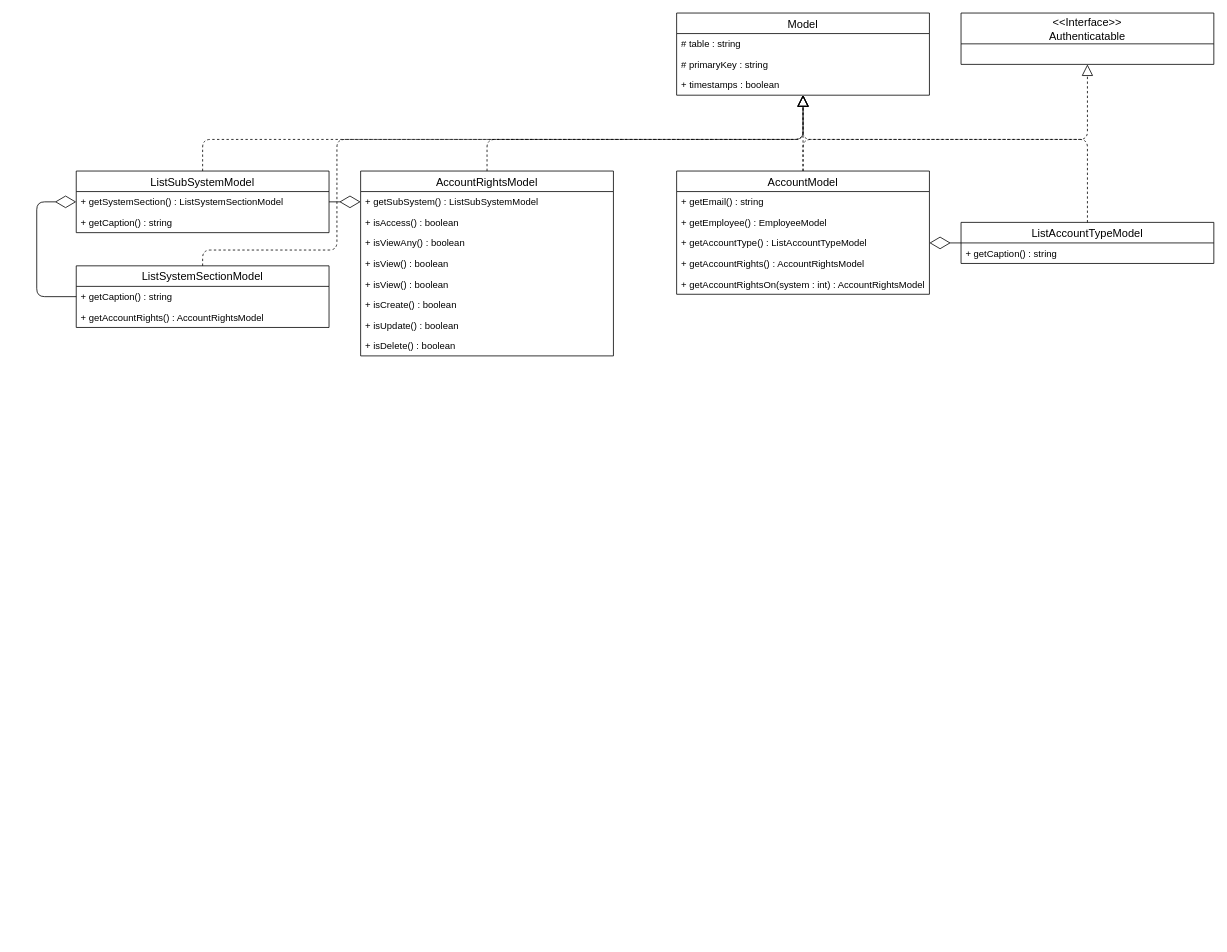
Earlier version of the draw.io diagram page "Пользователи" (2 of 6) of docs/Пояснительная записка/media/Диаграмма классов/Диаграмма классов.drawio (pmswga/MOSIT-DD). Source tidied: cells renumbered, new cells numbered last; positions are measured from the earlier drawing's top-left corner, leaving out a move shared by most shapes. Both pictures are drawn from the tidied source at 79%, with x=0, y=0 at pixel (36, 13).
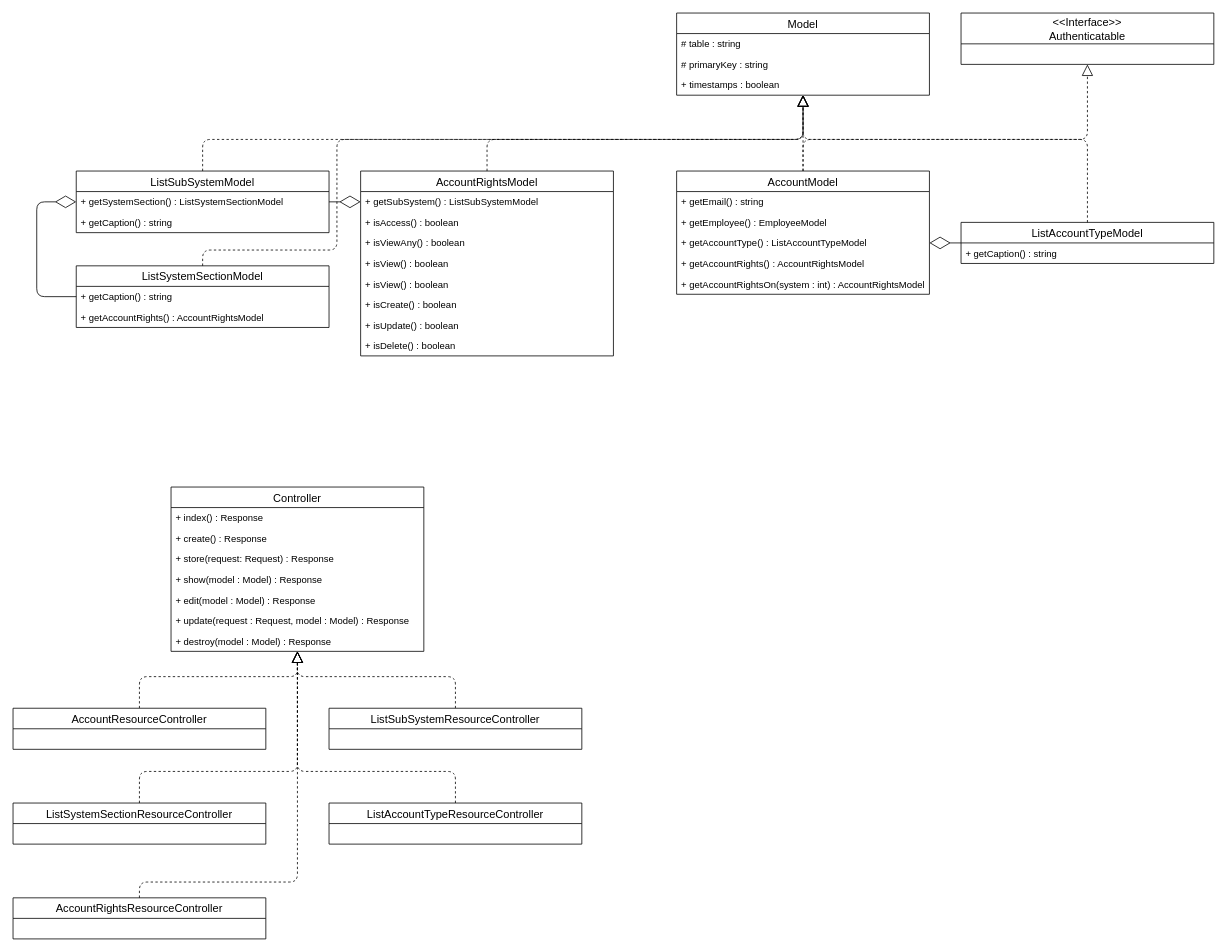
After the change.

What changed in the source:
```diff
@@
+    <mxCell id="39" style="endArrow=block;dashed=1;endFill=0;endSize=12;html=1;edgeStyle=orthogonalEdgeStyle;" parent="1" edge="1" source="52" target="41">
+      <mxGeometry relative="1" as="geometry">
+        <Array as="points">
+          <mxPoint x="530" y="960" />
+          <mxPoint x="330" y="960" />
+        </Array>
+      </mxGeometry>
+    </mxCell>
+    <mxCell id="40" style="endArrow=block;dashed=1;endFill=0;endSize=12;html=1;edgeStyle=orthogonalEdgeStyle;" parent="1" edge="1" source="49" target="41">
+      <mxGeometry relative="1" as="geometry">
+        <Array as="points">
+          <mxPoint x="130" y="840" />
+          <mxPoint x="330" y="840" />
+        </Array>
+      </mxGeometry>
+    </mxCell>
+    <mxCell id="41" value="Controller" style="swimlane;fontStyle=0;horizontal=1;startSize=26;align=center;fontSize=14;" parent="1" vertex="1">
+      <mxGeometry x="170" y="600" width="320" height="208" as="geometry" />
+    </mxCell>
+    <mxCell id="42" value="+ index() : Response" style="text;strokeColor=none;fillColor=none;spacingLeft=4;spacingRight=4;overflow=hidden;fontSize=12;" parent="41" vertex="1">
+      <mxGeometry y="26" width="320" height="26" as="geometry" />
+    </mxCell>
+    <mxCell id="43" value="+ create() : Response" style="text;strokeColor=none;fillColor=none;spacingLeft=4;spacingRight=4;overflow=hidden;fontSize=12;" parent="41" vertex="1">
+      <mxGeometry y="52" width="320" height="26" as="geometry" />
+    </mxCell>
+    <mxCell id="44" value="+ store(request: Request) : Response" style="text;strokeColor=none;fillColor=none;spacingLeft=4;spacingRight=4;overflow=hidden;fontSize=12;" parent="41" vertex="1">
+      <mxGeometry y="78" width="320" height="26" as="geometry" />
+    </mxCell>
+    <mxCell id="45" value="+ show(model : Model) : Response" style="text;strokeColor=none;fillColor=none;spacingLeft=4;spacingRight=4;overflow=hidden;fontSize=12;" parent="41" vertex="1">
+      <mxGeometry y="104" width="320" height="26" as="geometry" />
+    </mxCell>
+    <mxCell id="46" value="+ edit(model : Model) : Response" style="text;strokeColor=none;fillColor=none;spacingLeft=4;spacingRight=4;overflow=hidden;fontSize=12;" parent="41" vertex="1">
+      <mxGeometry y="130" width="320" height="26" as="geometry" />
+    </mxCell>
+    <mxCell id="47" value="+ update(request : Request, model : Model) : Response" style="text;strokeColor=none;fillColor=none;spacingLeft=4;spacingRight=4;overflow=hidden;fontSize=12;" parent="41" vertex="1">
+      <mxGeometry y="156" width="320" height="26" as="geometry" />
+    </mxCell>
+    <mxCell id="48" value="+ destroy(model : Model) : Response" style="text;strokeColor=none;fillColor=none;spacingLeft=4;spacingRight=4;overflow=hidden;fontSize=12;" parent="41" vertex="1">
+      <mxGeometry y="182" width="320" height="26" as="geometry" />
+    </mxCell>
+    <mxCell id="49" value="AccountResourceController" style="swimlane;fontStyle=0;horizontal=1;startSize=26;align=center;fontSize=14;" parent="1" vertex="1">
+      <mxGeometry x="-30" y="880" width="320" height="52" as="geometry" />
+    </mxCell>
+    <mxCell id="50" style="endArrow=block;dashed=1;endFill=0;endSize=12;html=1;edgeStyle=orthogonalEdgeStyle;" parent="1" edge="1" source="51" target="41">
+      <mxGeometry relative="1" as="geometry">
+        <Array as="points">
+          <mxPoint x="530" y="840" />
+          <mxPoint x="330" y="840" />
+        </Array>
+      </mxGeometry>
+    </mxCell>
+    <mxCell id="51" value="ListSubSystemResourceController" style="swimlane;fontStyle=0;horizontal=1;startSize=26;align=center;fontSize=14;" parent="1" vertex="1">
+      <mxGeometry x="370" y="880" width="320" height="52" as="geometry" />
+    </mxCell>
+    <mxCell id="52" value="ListAccountTypeResourceController" style="swimlane;fontStyle=0;horizontal=1;startSize=26;align=center;fontSize=14;" parent="1" vertex="1">
+      <mxGeometry x="370" y="1000" width="320" height="52" as="geometry" />
+    </mxCell>
+    <mxCell id="53" value="ListSystemSectionResourceController" style="swimlane;fontStyle=0;horizontal=1;startSize=26;align=center;fontSize=14;" parent="1" vertex="1">
+      <mxGeometry x="-30" y="1000" width="320" height="52" as="geometry" />
+    </mxCell>
+    <mxCell id="54" value="AccountRightsResourceController" style="swimlane;fontStyle=0;horizontal=1;startSize=26;align=center;fontSize=14;" parent="1" vertex="1">
+      <mxGeometry x="-30" y="1120" width="320" height="52" as="geometry" />
+    </mxCell>
+    <mxCell id="55" style="endArrow=block;dashed=1;endFill=0;endSize=12;html=1;edgeStyle=orthogonalEdgeStyle;" parent="1" edge="1" source="54" target="41">
+      <mxGeometry relative="1" as="geometry">
+        <Array as="points">
+          <mxPoint x="130" y="1100" />
+          <mxPoint x="330" y="1100" />
+        </Array>
+      </mxGeometry>
+    </mxCell>
+    <mxCell id="56" style="endArrow=block;dashed=1;endFill=0;endSize=12;html=1;edgeStyle=orthogonalEdgeStyle;" parent="1" edge="1" source="53" target="41">
+      <mxGeometry relative="1" as="geometry">
+        <Array as="points">
+          <mxPoint x="130" y="960" />
+          <mxPoint x="330" y="960" />
+        </Array>
+      </mxGeometry>
+    </mxCell>
```
